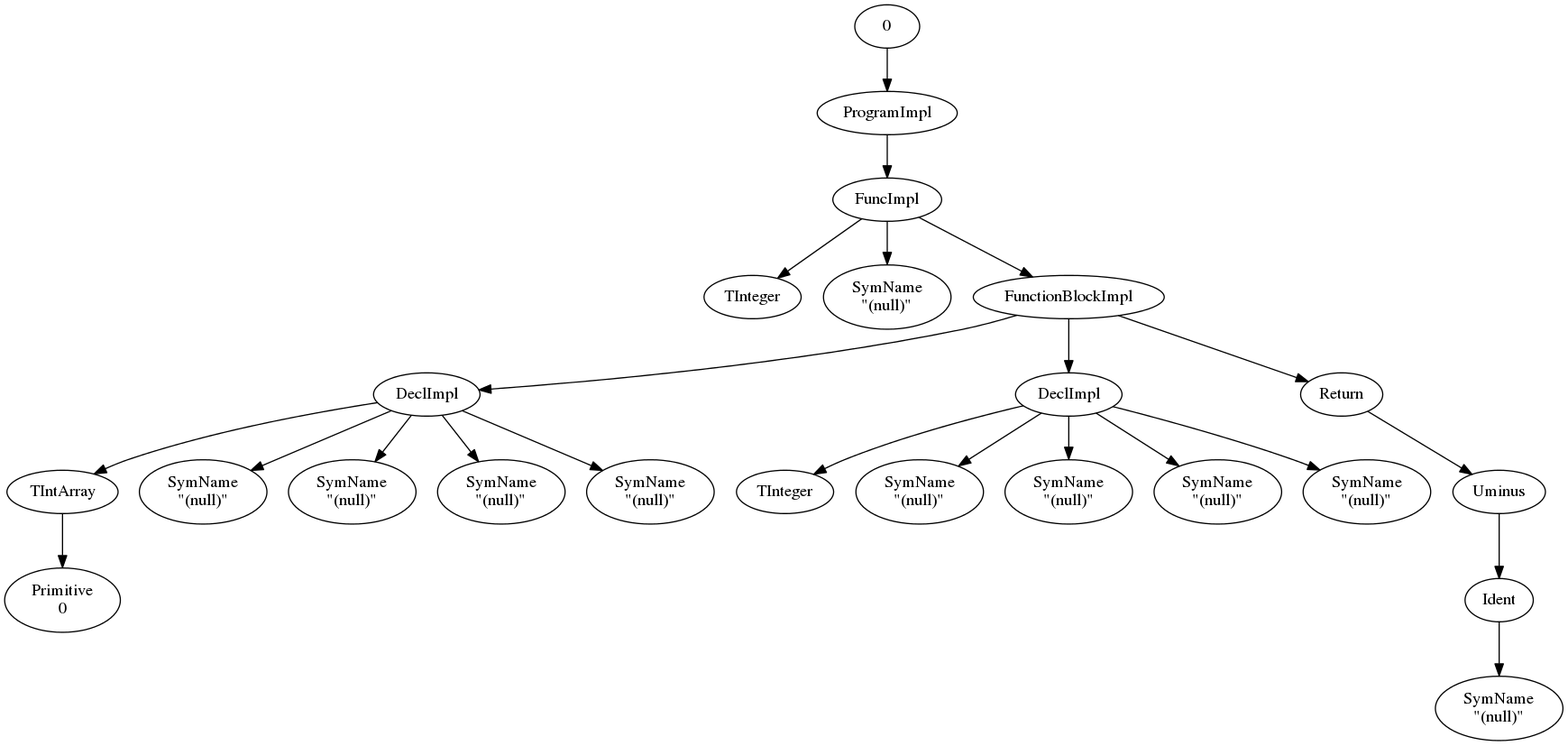
Before: ast/testProgram.png, a diagram exported from Graphviz (drewtaylors/cs160). Its source is kept beside it as ast/testProgram.dot.
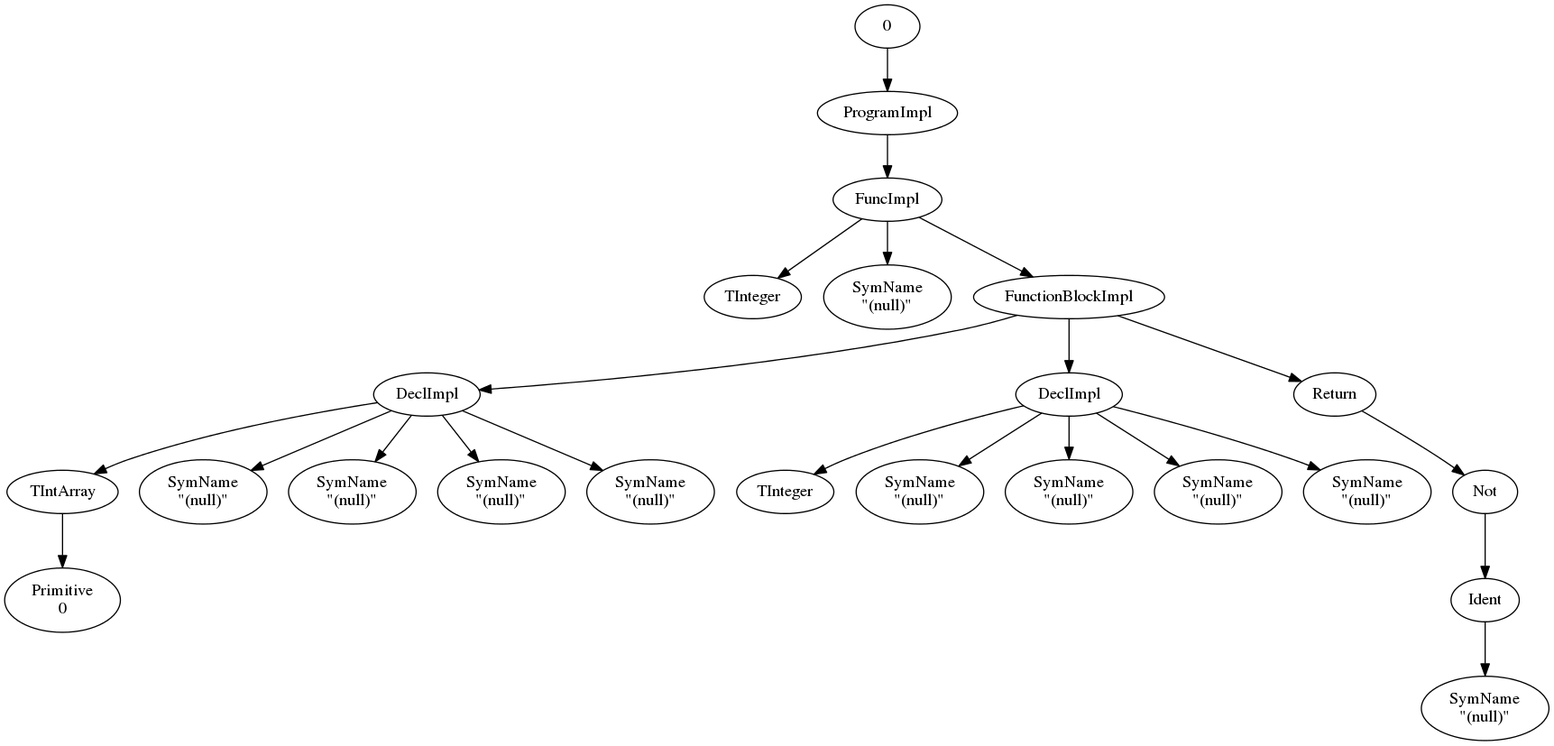
The same file after the commit.

Change to the diagram source:
```diff
@@ -38,7 +38,7 @@
 "5" -> "19"
 "19" [label="Return"]
 "19" -> "20"
-"20" [label="Uminus"]
+"20" [label="Not"]
 "20" -> "21"
 "21" [label="Ident"]
 "21" -> "22"
```
